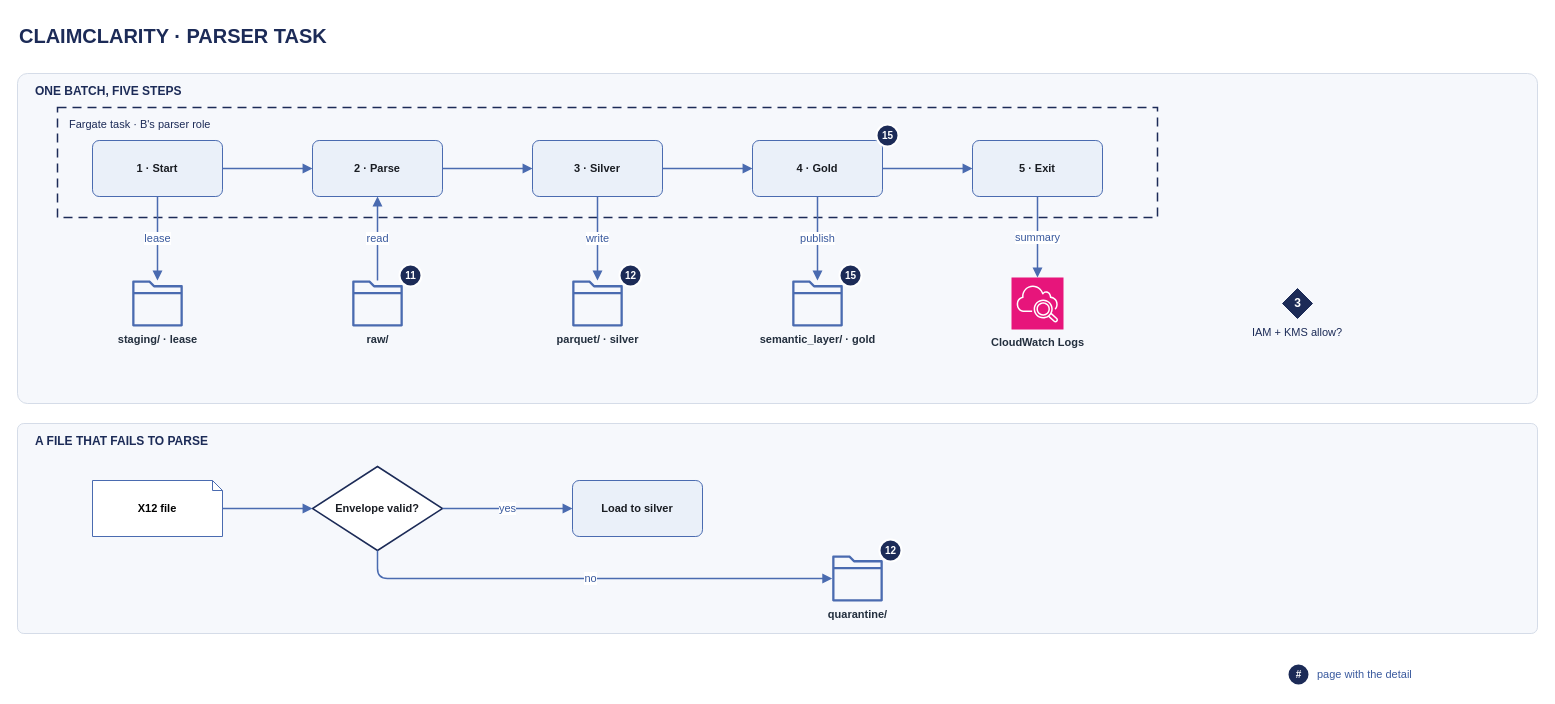
Earlier version of the draw.io diagram page "Parser task" (6 of 30) of docs/architecture/CC_Architecture.drawio (Peter-Shamoun/cc). Source tidied: cells renumbered, new cells numbered last; positions are measured from the earlier drawing's top-left corner, leaving out a move shared by most shapes. Both pictures are drawn from the tidied source at 100%, with x=0, y=0 at pixel (17, 17).
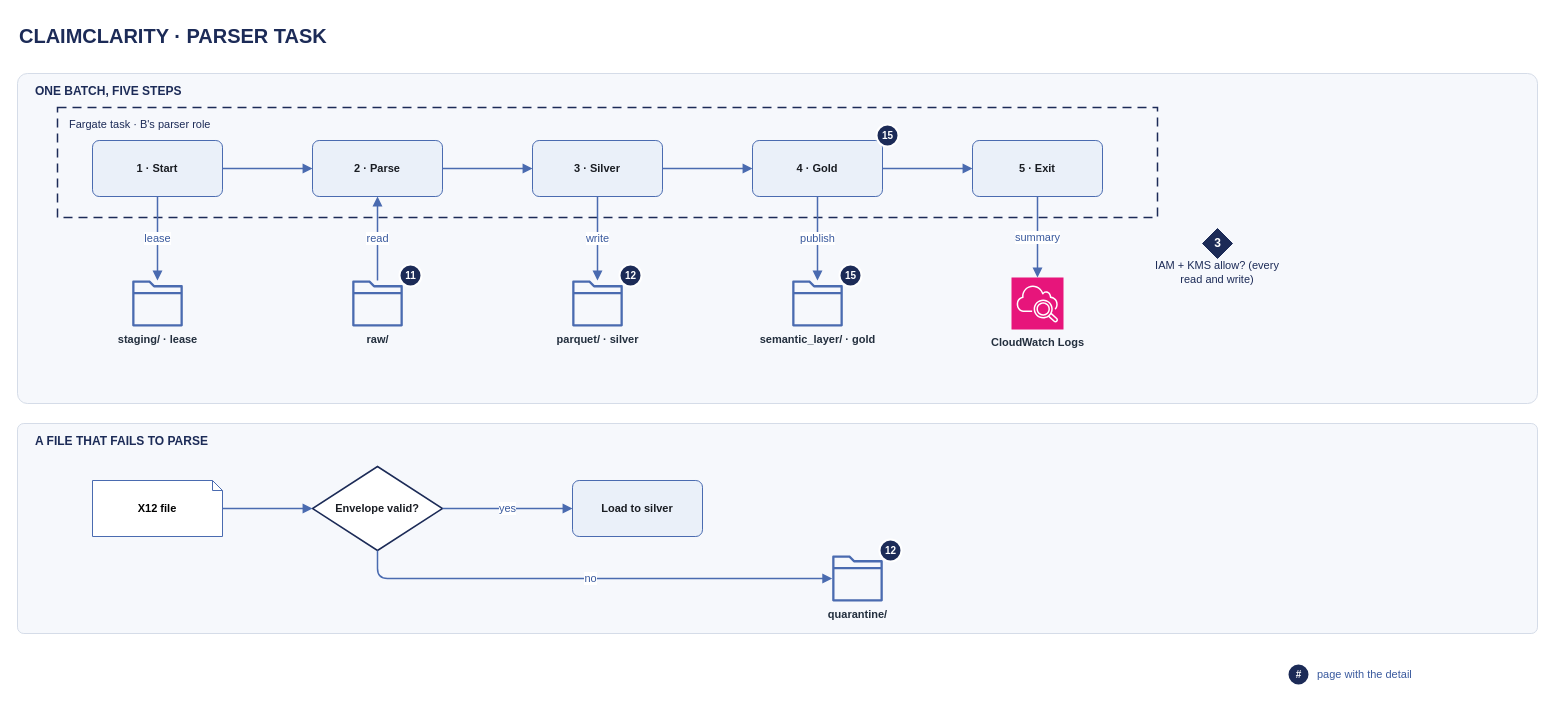
Above is the later version.

Commit message (it also covers changes not shown here):
Architecture docs: gate 3 placed on the parser page, ClaimClarity name in the HTML and catalog, rebuilt; note in LOCAL_STATE

Change to the diagram source:
```diff
@@
     <mxCell id="29" value="3" style="rhombus;html=1;fillColor=#1C2B57;strokeColor=#1C2B57;fontColor=#FFFFFF;fontStyle=1;fontSize=12;fontFamily=Helvetica;" parent="1" vertex="1">
-      <mxGeometry x="1265" y="271" width="30" height="30" as="geometry" />
+      <mxGeometry x="1185" y="211" width="30" height="30" as="geometry" />
     </mxCell>
-    <mxCell id="30" value="IAM + KMS allow?" style="text;html=1;align=center;verticalAlign=middle;fontSize=11;fontColor=#1A1D23;fontFamily=Helvetica;whiteSpace=wrap;fontColor=#1C2B57;" parent="1" vertex="1">
-      <mxGeometry x="1210" y="304" width="140" height="22" as="geometry" />
+    <mxCell id="30" value="IAM + KMS allow? (every read and write)" style="text;html=1;align=center;verticalAlign=middle;fontSize=11;fontColor=#1A1D23;fontFamily=Helvetica;whiteSpace=wrap;fontColor=#1C2B57;" parent="1" vertex="1">
+      <mxGeometry x="1130" y="244" width="140" height="22" as="geometry" />
     </mxCell>
```
